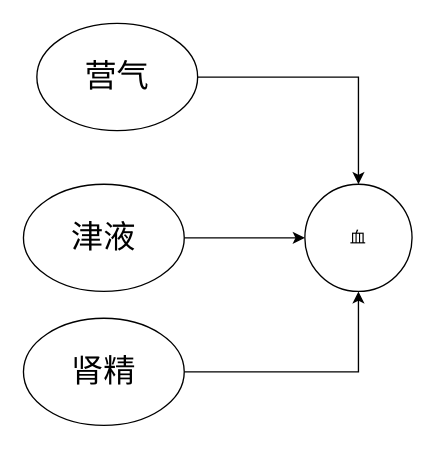
The draw.io diagram 医门推敲叁/精气血津液神/未命名绘图.drawio in 328507133/chart, before the edit. Source tidied: cells renumbered, new cells numbered last; positions are measured from the earlier drawing's top-left corner, leaving out a move shared by most shapes. Both pictures are drawn from the tidied source at 134%, with x=0, y=0 at pixel (23, 23).
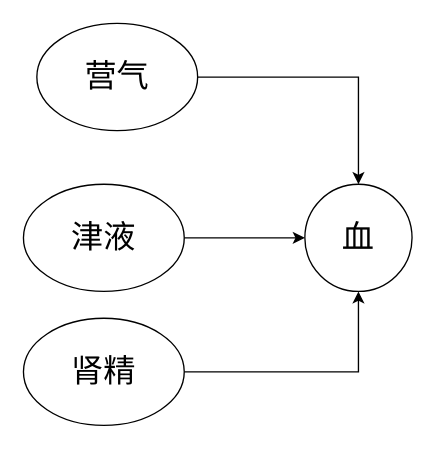
The same diagram, later.

Commit message (it also covers changes not shown here):
更新未命名绘图.drawio

Diff of the diagram source:
```diff
@@
 <mxGraphModel>
   <root>
     <mxCell id="0" />
     <mxCell id="1" parent="0" />
     <mxCell id="2" style="edgeStyle=orthogonalEdgeStyle;rounded=0;jettySize=auto;html=1;exitX=1;exitY=0.5;exitDx=0;exitDy=0;" parent="1" edge="1" source="3" target="8">
       <mxGeometry relative="1" as="geometry" />
     </mxCell>
     <mxCell id="3" value="&lt;font style=&quot;font-size: 24px;&quot;&gt;营气&lt;/font&gt;" style="ellipse;whiteSpace=wrap;html=1;" parent="1" vertex="1">
       <mxGeometry x="10" width="120" height="80" as="geometry" />
     </mxCell>
     <mxCell id="4" style="edgeStyle=orthogonalEdgeStyle;rounded=0;jettySize=auto;html=1;exitX=1;exitY=0.5;exitDx=0;exitDy=0;" parent="1" edge="1" source="5" target="8">
       <mxGeometry relative="1" as="geometry" />
     </mxCell>
     <mxCell id="5" value="&lt;font style=&quot;font-size: 24px;&quot;&gt;肾精&lt;/font&gt;" style="ellipse;whiteSpace=wrap;html=1;" parent="1" vertex="1">
       <mxGeometry y="220" width="120" height="80" as="geometry" />
     </mxCell>
     <mxCell id="6" style="edgeStyle=orthogonalEdgeStyle;rounded=0;jettySize=auto;html=1;exitX=1;exitY=0.5;exitDx=0;exitDy=0;" parent="1" edge="1" source="7" target="8">
       <mxGeometry relative="1" as="geometry" />
     </mxCell>
     <mxCell id="7" value="&lt;font style=&quot;font-size: 24px;&quot;&gt;津液&lt;/font&gt;" style="ellipse;whiteSpace=wrap;html=1;" parent="1" vertex="1">
       <mxGeometry y="120" width="120" height="80" as="geometry" />
     </mxCell>
-    <mxCell id="8" value="血" style="ellipse;whiteSpace=wrap;html=1;" parent="1" vertex="1">
+    <mxCell id="8" value="&lt;font style=&quot;font-size: 24px;&quot;&gt;血&lt;/font&gt;" style="ellipse;whiteSpace=wrap;html=1;" parent="1" vertex="1">
       <mxGeometry x="210" y="120" width="80" height="80" as="geometry" />
     </mxCell>
   </root>
 </mxGraphModel>
```
